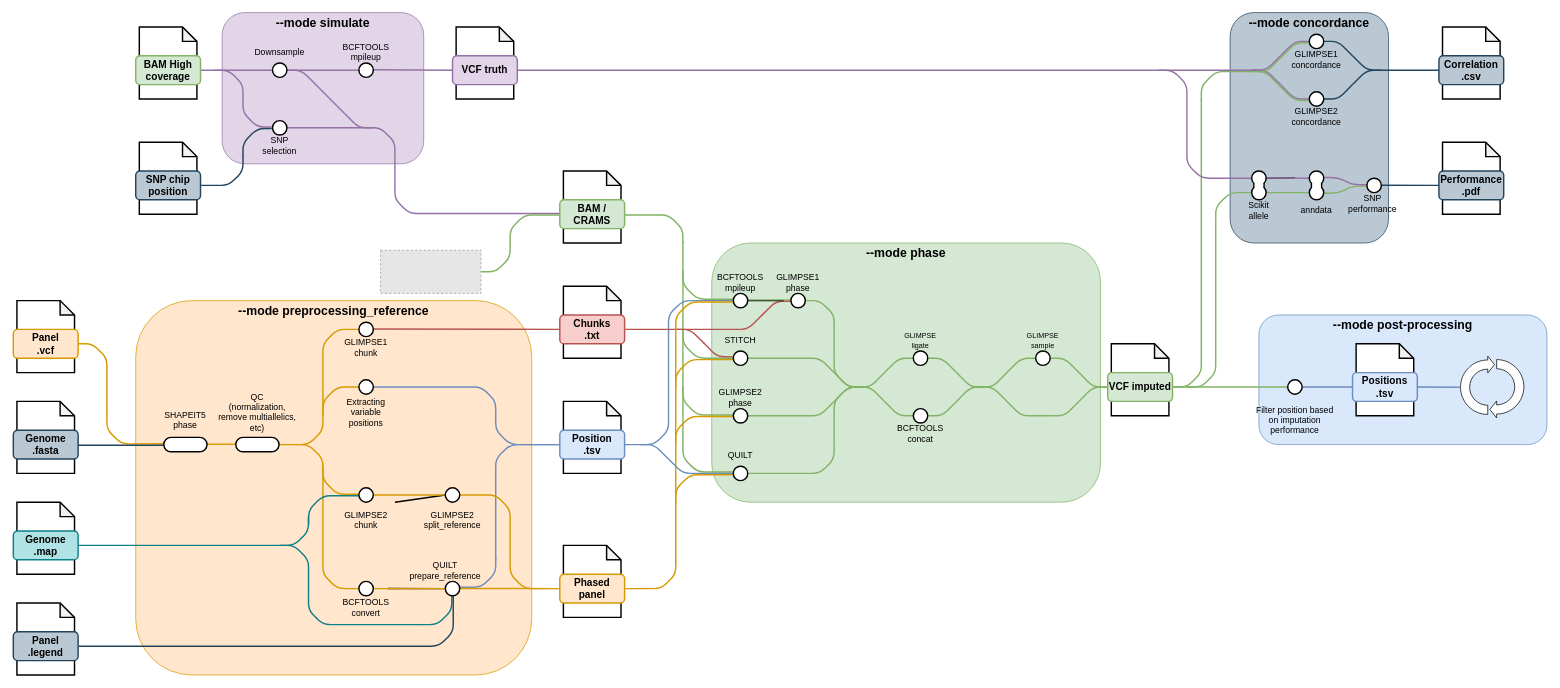
Earlier version of the draw.io diagram page "Metro" (1 of 4) of docs/diagram_imputation.drawio (nf-core/phaseimpute). Source tidied: cells renumbered, new cells numbered last; positions are measured from the earlier drawing's top-left corner, leaving out a move shared by most shapes. Both pictures are drawn from the tidied source at 72%, with x=0, y=0 at pixel (13, 12). Pictures stored in the file or linked from it are replaced by grey dashed boxes.
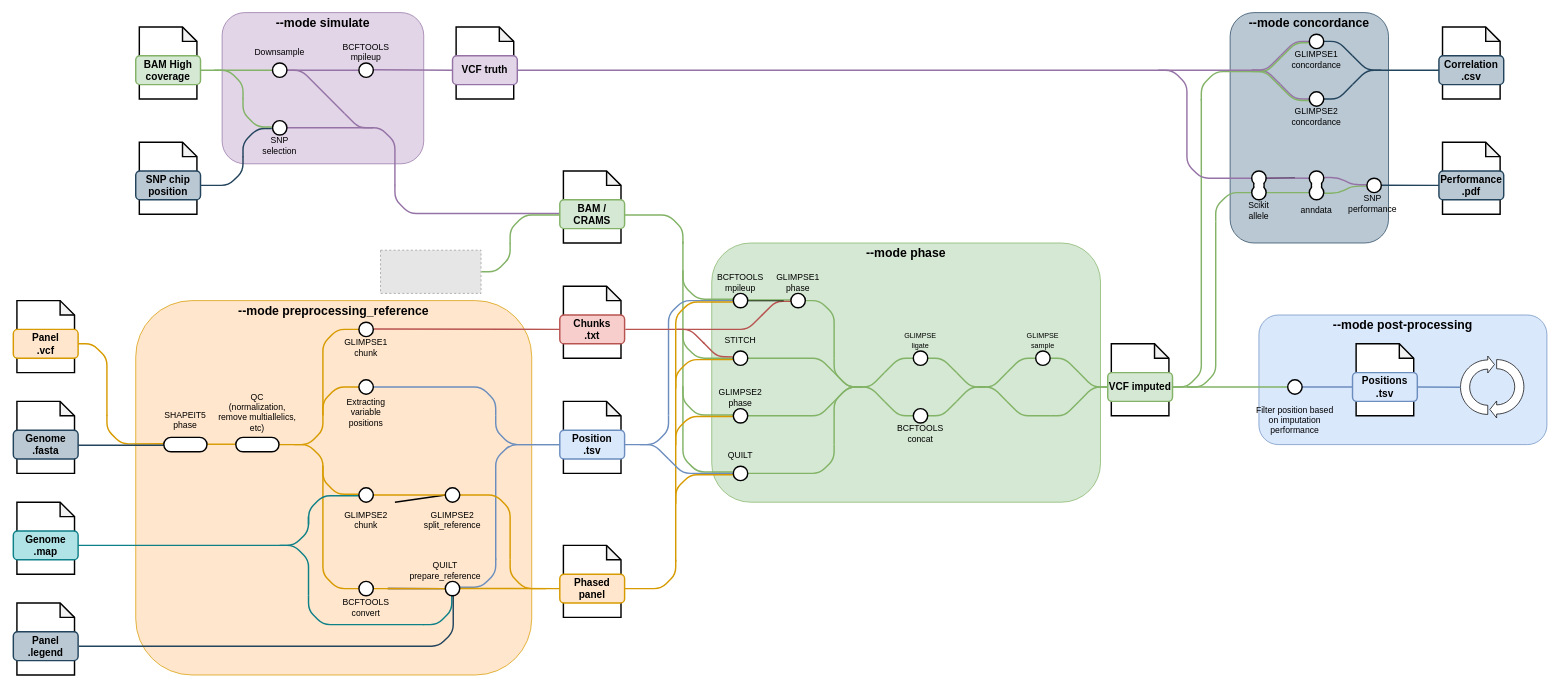
The same page after the edit.

What changed in the source:
```diff
@@
-    <mxCell id="82" style="endArrow=none;html=1;rounded=1;strokeWidth=2;fillColor=#e1d5e7;strokeColor=#9673a6;" parent="7" edge="1">
+    <mxCell id="82" style="endArrow=none;html=1;rounded=1;strokeWidth=2;fillColor=#d5e8d4;strokeColor=#82b366;" parent="7" edge="1">
       <mxGeometry relative="1" as="geometry">
         <mxPoint x="359" y="159" as="sourcePoint" />
         <mxPoint x="319" y="119" as="targetPoint" />
         <Array as="points">
           <mxPoint x="339" y="159" />
           <mxPoint x="319" y="139" />
         </Array>
       </mxGeometry>
     </mxCell>
@@
-    <mxCell id="84" style="endArrow=none;html=1;rounded=1;strokeWidth=2;fillColor=#e1d5e7;strokeColor=#9673a6;" parent="7" edge="1">
+    <mxCell id="84" style="endArrow=none;html=1;rounded=1;strokeWidth=2;fillColor=#d5e8d4;strokeColor=#82b366;" parent="7" edge="1">
       <mxGeometry relative="1" as="geometry">
         <mxPoint x="279" y="80" as="sourcePoint" />
         <mxPoint x="319" y="120" as="targetPoint" />
         <Array as="points">
           <mxPoint x="299" y="80" />
           <mxPoint x="319" y="100" />
         </Array>
       </mxGeometry>
     </mxCell>
@@
-    <mxCell id="87" style="endArrow=none;html=1;rounded=1;strokeWidth=2;fillColor=#e1d5e7;strokeColor=#9673a6;" parent="7" edge="1">
+    <mxCell id="87" style="endArrow=none;html=1;rounded=1;strokeWidth=2;fillColor=#d5e8d4;strokeColor=#82b366;" parent="7" edge="1">
       <mxGeometry relative="1" as="geometry">
         <mxPoint x="260" y="80" as="sourcePoint" />
         <mxPoint x="360" y="80" as="targetPoint" />
       </mxGeometry>
     </mxCell>
```
